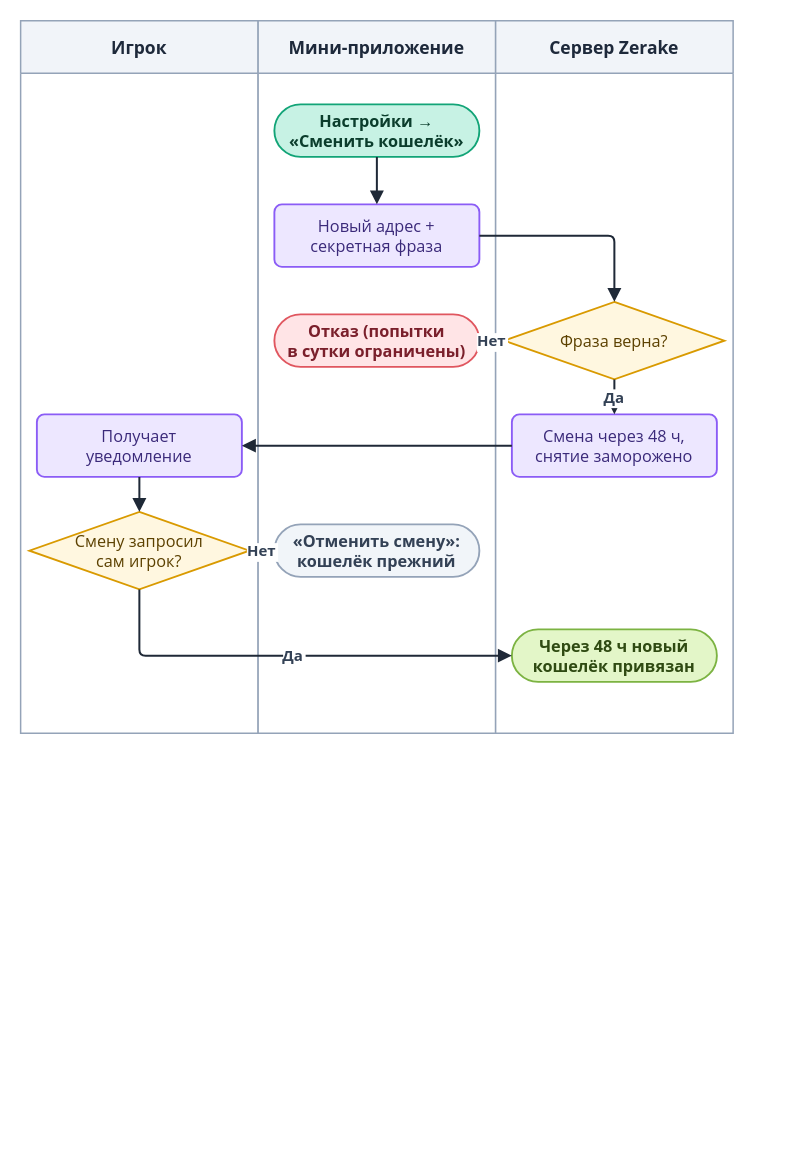
The draw.io diagram diagrams/drawio/recovery.drawio in LILSUFFER/zerake-docs, before the edit. Source tidied: cells renumbered, new cells numbered last; positions are measured from the earlier drawing's top-left corner, leaving out a move shared by most shapes. Both pictures are drawn from the tidied source at 125%, with x=0, y=0 at pixel (20, 20).
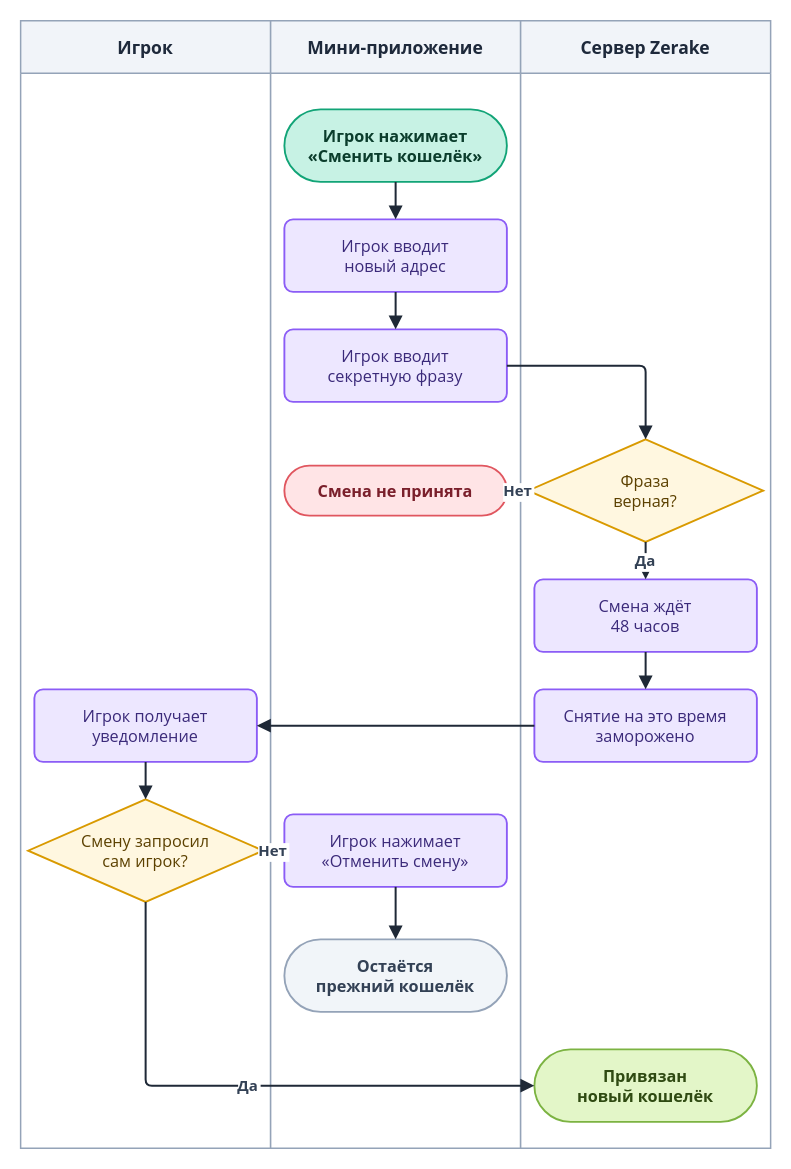
The same page after the edit.

Change to the diagram source:
```diff
@@
     <mxCell id="2" value="Игрок" style="swimlane;horizontal=1;startSize=42;fillColor=#F1F4F9;swimlaneFillColor=#FFFFFF;strokeColor=#94A3B8;fontColor=#1E293B;fontStyle=1;fontSize=14;fontFamily=Segoe UI;strokeWidth=1.2;" parent="1" vertex="1">
-      <mxGeometry width="190" height="570" as="geometry" />
+      <mxGeometry width="200" height="902" as="geometry" />
     </mxCell>
     <mxCell id="3" value="Мини-приложение" style="swimlane;horizontal=1;startSize=42;fillColor=#F1F4F9;swimlaneFillColor=#FFFFFF;strokeColor=#94A3B8;fontColor=#1E293B;fontStyle=1;fontSize=14;fontFamily=Segoe UI;strokeWidth=1.2;" parent="1" vertex="1">
-      <mxGeometry x="190" width="190" height="570" as="geometry" />
+      <mxGeometry x="200" width="200" height="902" as="geometry" />
     </mxCell>
     <mxCell id="4" value="Сервер Zerake" style="swimlane;horizontal=1;startSize=42;fillColor=#F1F4F9;swimlaneFillColor=#FFFFFF;strokeColor=#94A3B8;fontColor=#1E293B;fontStyle=1;fontSize=14;fontFamily=Segoe UI;strokeWidth=1.2;" parent="1" vertex="1">
-      <mxGeometry x="380" width="190" height="570" as="geometry" />
+      <mxGeometry x="400" width="200" height="902" as="geometry" />
     </mxCell>
-    <mxCell id="5" value="Настройки →&#10;«Сменить кошелёк»" style="rounded=1;arcSize=50;html=0;fontStyle=1;fillColor=#C7F2E4;strokeColor=#12A477;fontColor=#0B3D2C;fontFamily=Segoe UI;fontSize=13;strokeWidth=1.5;" parent="1" vertex="1">
-      <mxGeometry x="203" y="67" width="164" height="42" as="geometry" />
+    <mxCell id="5" value="Игрок нажимает&#10;«Сменить кошелёк»" style="rounded=1;arcSize=50;html=0;fontStyle=1;fillColor=#C7F2E4;strokeColor=#12A477;fontColor=#0B3D2C;fontFamily=Segoe UI;fontSize=13;strokeWidth=1.5;" parent="1" vertex="1">
+      <mxGeometry x="211" y="71" width="178" height="58" as="geometry" />
     </mxCell>
-    <mxCell id="6" value="Новый адрес +&#10;секретная фраза" style="rounded=1;arcSize=12;html=0;fillColor=#EDE7FF;strokeColor=#8B5CF6;fontColor=#3B2A7A;fontFamily=Segoe UI;fontSize=13;strokeWidth=1.5;" parent="1" vertex="1">
-      <mxGeometry x="203" y="147" width="164" height="50" as="geometry" />
-    </mxCell>
+    <mxCell id="22" value="Игрок вводит&#10;новый адрес" style="rounded=1;arcSize=12;html=0;fillColor=#EDE7FF;strokeColor=#8B5CF6;fontColor=#3B2A7A;fontFamily=Segoe UI;fontSize=13;strokeWidth=1.5;" parent="1" vertex="1">
+      <mxGeometry x="211" y="159" width="178" height="58" as="geometry" />
+    </mxCell>
+    <mxCell id="23" value="Игрок вводит&#10;секретную фразу" style="rounded=1;arcSize=12;html=0;fillColor=#EDE7FF;strokeColor=#8B5CF6;fontColor=#3B2A7A;fontFamily=Segoe UI;fontSize=13;strokeWidth=1.5;" parent="1" vertex="1">
+      <mxGeometry x="211" y="247" width="178" height="58" as="geometry" />
+    </mxCell>
-    <mxCell id="7" value="Фраза верна?" style="rhombus;html=0;fillColor=#FFF7E0;strokeColor=#D99A00;fontColor=#5C4100;fontFamily=Segoe UI;fontSize=13;strokeWidth=1.5;" parent="1" vertex="1">
-      <mxGeometry x="387" y="225" width="176" height="62" as="geometry" />
+    <mxCell id="7" value="Фраза&#10;верная?" style="rhombus;html=0;fillColor=#FFF7E0;strokeColor=#D99A00;fontColor=#5C4100;fontFamily=Segoe UI;fontSize=13;strokeWidth=1.5;" parent="1" vertex="1">
+      <mxGeometry x="406" y="335" width="188" height="82" as="geometry" />
     </mxCell>
-    <mxCell id="8" value="Отказ (попытки&#10;в сутки ограничены)" style="rounded=1;arcSize=50;html=0;fontStyle=1;fillColor=#FFE4E6;strokeColor=#E0565F;fontColor=#7A1F2B;fontFamily=Segoe UI;fontSize=13;strokeWidth=1.5;" parent="1" vertex="1">
-      <mxGeometry x="203" y="235" width="164" height="42" as="geometry" />
+    <mxCell id="8" value="Смена не принята" style="rounded=1;arcSize=50;html=0;fontStyle=1;fillColor=#FFE4E6;strokeColor=#E0565F;fontColor=#7A1F2B;fontFamily=Segoe UI;fontSize=13;strokeWidth=1.5;" parent="1" vertex="1">
+      <mxGeometry x="211" y="356" width="178" height="40" as="geometry" />
     </mxCell>
-    <mxCell id="9" value="Смена через 48 ч,&#10;снятие заморожено" style="rounded=1;arcSize=12;html=0;fillColor=#EDE7FF;strokeColor=#8B5CF6;fontColor=#3B2A7A;fontFamily=Segoe UI;fontSize=13;strokeWidth=1.5;" parent="1" vertex="1">
-      <mxGeometry x="393" y="315" width="164" height="50" as="geometry" />
+    <mxCell id="9" value="Смена ждёт&#10;48 часов" style="rounded=1;arcSize=12;html=0;fillColor=#EDE7FF;strokeColor=#8B5CF6;fontColor=#3B2A7A;fontFamily=Segoe UI;fontSize=13;strokeWidth=1.5;" parent="1" vertex="1">
+      <mxGeometry x="411" y="447" width="178" height="58" as="geometry" />
     </mxCell>
+    <mxCell id="24" value="Снятие на это время&#10;заморожено" style="rounded=1;arcSize=12;html=0;fillColor=#EDE7FF;strokeColor=#8B5CF6;fontColor=#3B2A7A;fontFamily=Segoe UI;fontSize=13;strokeWidth=1.5;" parent="1" vertex="1">
+      <mxGeometry x="411" y="535" width="178" height="58" as="geometry" />
+    </mxCell>
-    <mxCell id="10" value="Получает&#10;уведомление" style="rounded=1;arcSize=12;html=0;fillColor=#EDE7FF;strokeColor=#8B5CF6;fontColor=#3B2A7A;fontFamily=Segoe UI;fontSize=13;strokeWidth=1.5;" parent="1" vertex="1">
-      <mxGeometry x="13" y="315" width="164" height="50" as="geometry" />
+    <mxCell id="10" value="Игрок получает&#10;уведомление" style="rounded=1;arcSize=12;html=0;fillColor=#EDE7FF;strokeColor=#8B5CF6;fontColor=#3B2A7A;fontFamily=Segoe UI;fontSize=13;strokeWidth=1.5;" parent="1" vertex="1">
+      <mxGeometry x="11" y="535" width="178" height="58" as="geometry" />
     </mxCell>
     <mxCell id="11" value="Смену запросил&#10;сам игрок?" style="rhombus;html=0;fillColor=#FFF7E0;strokeColor=#D99A00;fontColor=#5C4100;fontFamily=Segoe UI;fontSize=13;strokeWidth=1.5;" parent="1" vertex="1">
-      <mxGeometry x="7" y="393" width="176" height="62" as="geometry" />
+      <mxGeometry x="6" y="623" width="188" height="82" as="geometry" />
     </mxCell>
-    <mxCell id="12" value="«Отменить смену»:&#10;кошелёк прежний" style="rounded=1;arcSize=50;html=0;fontStyle=1;fillColor=#F1F5F9;strokeColor=#94A3B8;fontColor=#334155;fontFamily=Segoe UI;fontSize=13;strokeWidth=1.5;" parent="1" vertex="1">
-      <mxGeometry x="203" y="403" width="164" height="42" as="geometry" />
+    <mxCell id="12" value="Игрок нажимает&#10;«Отменить смену»" style="rounded=1;arcSize=12;html=0;fillColor=#EDE7FF;strokeColor=#8B5CF6;fontColor=#3B2A7A;fontFamily=Segoe UI;fontSize=13;strokeWidth=1.5;" parent="1" vertex="1">
+      <mxGeometry x="211" y="635" width="178" height="58" as="geometry" />
     </mxCell>
+    <mxCell id="25" value="Остаётся&#10;прежний кошелёк" style="rounded=1;arcSize=50;html=0;fontStyle=1;fillColor=#F1F5F9;strokeColor=#94A3B8;fontColor=#334155;fontFamily=Segoe UI;fontSize=13;strokeWidth=1.5;" parent="1" vertex="1">
+      <mxGeometry x="211" y="735" width="178" height="58" as="geometry" />
+    </mxCell>
-    <mxCell id="13" value="Через 48 ч новый&#10;кошелёк привязан" style="rounded=1;arcSize=50;html=0;fontStyle=1;fillColor=#E3F6C8;strokeColor=#7CB342;fontColor=#2F4A12;fontFamily=Segoe UI;fontSize=13;strokeWidth=1.5;" parent="1" vertex="1">
-      <mxGeometry x="393" y="487" width="164" height="42" as="geometry" />
+    <mxCell id="13" value="Привязан&#10;новый кошелёк" style="rounded=1;arcSize=50;html=0;fontStyle=1;fillColor=#E3F6C8;strokeColor=#7CB342;fontColor=#2F4A12;fontFamily=Segoe UI;fontSize=13;strokeWidth=1.5;" parent="1" vertex="1">
+      <mxGeometry x="411" y="823" width="178" height="58" as="geometry" />
     </mxCell>
-    <mxCell id="14" style="edgeStyle=orthogonalEdgeStyle;rounded=1;arcSize=10;jettySize=auto;html=0;strokeColor=#1F2937;strokeWidth=1.6;endArrow=block;endFill=1;endSize=7;fontFamily=Segoe UI;fontSize=12;fontStyle=1;fontColor=#334155;labelBackgroundColor=#FFFFFF;" parent="1" edge="1" source="5" target="6">
+    <mxCell id="14" style="edgeStyle=orthogonalEdgeStyle;rounded=1;arcSize=10;jettySize=auto;html=0;strokeColor=#1F2937;strokeWidth=1.6;endArrow=block;endFill=1;endSize=7;fontFamily=Segoe UI;fontSize=12;fontStyle=1;fontColor=#334155;labelBackgroundColor=#FFFFFF;" parent="1" edge="1" source="5" target="22">
       <mxGeometry relative="1" as="geometry" />
     </mxCell>
-    <mxCell id="15" style="edgeStyle=orthogonalEdgeStyle;rounded=1;arcSize=10;jettySize=auto;html=0;strokeColor=#1F2937;strokeWidth=1.6;endArrow=block;endFill=1;endSize=7;fontFamily=Segoe UI;fontSize=12;fontStyle=1;fontColor=#334155;labelBackgroundColor=#FFFFFF;" parent="1" edge="1" source="6" target="7">
+    <mxCell id="15" style="edgeStyle=orthogonalEdgeStyle;rounded=1;arcSize=10;jettySize=auto;html=0;strokeColor=#1F2937;strokeWidth=1.6;endArrow=block;endFill=1;endSize=7;fontFamily=Segoe UI;fontSize=12;fontStyle=1;fontColor=#334155;labelBackgroundColor=#FFFFFF;" parent="1" edge="1" source="22" target="23">
       <mxGeometry relative="1" as="geometry" />
     </mxCell>
-    <mxCell id="16" value="Нет" style="edgeStyle=orthogonalEdgeStyle;rounded=1;arcSize=10;jettySize=auto;html=0;strokeColor=#1F2937;strokeWidth=1.6;endArrow=block;endFill=1;endSize=7;fontFamily=Segoe UI;fontSize=12;fontStyle=1;fontColor=#334155;labelBackgroundColor=#FFFFFF;" parent="1" edge="1" source="7" target="8">
+    <mxCell id="16" style="edgeStyle=orthogonalEdgeStyle;rounded=1;arcSize=10;jettySize=auto;html=0;strokeColor=#1F2937;strokeWidth=1.6;endArrow=block;endFill=1;endSize=7;fontFamily=Segoe UI;fontSize=12;fontStyle=1;fontColor=#334155;labelBackgroundColor=#FFFFFF;" parent="1" edge="1" source="23" target="7">
       <mxGeometry relative="1" as="geometry" />
     </mxCell>
-    <mxCell id="17" value="Да" style="edgeStyle=orthogonalEdgeStyle;rounded=1;arcSize=10;jettySize=auto;html=0;strokeColor=#1F2937;strokeWidth=1.6;endArrow=block;endFill=1;endSize=7;fontFamily=Segoe UI;fontSize=12;fontStyle=1;fontColor=#334155;labelBackgroundColor=#FFFFFF;" parent="1" edge="1" source="7" target="9">
+    <mxCell id="17" value="Нет" style="edgeStyle=orthogonalEdgeStyle;rounded=1;arcSize=10;jettySize=auto;html=0;strokeColor=#1F2937;strokeWidth=1.6;endArrow=block;endFill=1;endSize=7;fontFamily=Segoe UI;fontSize=12;fontStyle=1;fontColor=#334155;labelBackgroundColor=#FFFFFF;" parent="1" edge="1" source="7" target="8">
       <mxGeometry relative="1" as="geometry" />
     </mxCell>
-    <mxCell id="18" style="edgeStyle=orthogonalEdgeStyle;rounded=1;arcSize=10;jettySize=auto;html=0;strokeColor=#1F2937;strokeWidth=1.6;endArrow=block;endFill=1;endSize=7;fontFamily=Segoe UI;fontSize=12;fontStyle=1;fontColor=#334155;labelBackgroundColor=#FFFFFF;" parent="1" edge="1" source="9" target="10">
+    <mxCell id="18" value="Да" style="edgeStyle=orthogonalEdgeStyle;rounded=1;arcSize=10;jettySize=auto;html=0;strokeColor=#1F2937;strokeWidth=1.6;endArrow=block;endFill=1;endSize=7;fontFamily=Segoe UI;fontSize=12;fontStyle=1;fontColor=#334155;labelBackgroundColor=#FFFFFF;" parent="1" edge="1" source="7" target="9">
       <mxGeometry relative="1" as="geometry" />
     </mxCell>
-    <mxCell id="19" style="edgeStyle=orthogonalEdgeStyle;rounded=1;arcSize=10;jettySize=auto;html=0;strokeColor=#1F2937;strokeWidth=1.6;endArrow=block;endFill=1;endSize=7;fontFamily=Segoe UI;fontSize=12;fontStyle=1;fontColor=#334155;labelBackgroundColor=#FFFFFF;" parent="1" edge="1" source="10" target="11">
+    <mxCell id="19" style="edgeStyle=orthogonalEdgeStyle;rounded=1;arcSize=10;jettySize=auto;html=0;strokeColor=#1F2937;strokeWidth=1.6;endArrow=block;endFill=1;endSize=7;fontFamily=Segoe UI;fontSize=12;fontStyle=1;fontColor=#334155;labelBackgroundColor=#FFFFFF;" parent="1" edge="1" source="9" target="24">
       <mxGeometry relative="1" as="geometry" />
     </mxCell>
-    <mxCell id="20" value="Нет" style="edgeStyle=orthogonalEdgeStyle;rounded=1;arcSize=10;jettySize=auto;html=0;strokeColor=#1F2937;strokeWidth=1.6;endArrow=block;endFill=1;endSize=7;fontFamily=Segoe UI;fontSize=12;fontStyle=1;fontColor=#334155;labelBackgroundColor=#FFFFFF;" parent="1" edge="1" source="11" target="12">
+    <mxCell id="20" style="edgeStyle=orthogonalEdgeStyle;rounded=1;arcSize=10;jettySize=auto;html=0;strokeColor=#1F2937;strokeWidth=1.6;endArrow=block;endFill=1;endSize=7;fontFamily=Segoe UI;fontSize=12;fontStyle=1;fontColor=#334155;labelBackgroundColor=#FFFFFF;" parent="1" edge="1" source="24" target="10">
       <mxGeometry relative="1" as="geometry" />
     </mxCell>
-    <mxCell id="21" value="Да" style="edgeStyle=orthogonalEdgeStyle;rounded=1;arcSize=10;jettySize=auto;html=0;strokeColor=#1F2937;strokeWidth=1.6;endArrow=block;endFill=1;endSize=7;fontFamily=Segoe UI;fontSize=12;fontStyle=1;fontColor=#334155;labelBackgroundColor=#FFFFFF;exitX=0.5;exitY=1;entryX=0;entryY=0.5;" parent="1" edge="1" source="11" target="13">
+    <mxCell id="21" style="edgeStyle=orthogonalEdgeStyle;rounded=1;arcSize=10;jettySize=auto;html=0;strokeColor=#1F2937;strokeWidth=1.6;endArrow=block;endFill=1;endSize=7;fontFamily=Segoe UI;fontSize=12;fontStyle=1;fontColor=#334155;labelBackgroundColor=#FFFFFF;" parent="1" edge="1" source="10" target="11">
       <mxGeometry relative="1" as="geometry" />
     </mxCell>
+    <mxCell id="26" value="Нет" style="edgeStyle=orthogonalEdgeStyle;rounded=1;arcSize=10;jettySize=auto;html=0;strokeColor=#1F2937;strokeWidth=1.6;endArrow=block;endFill=1;endSize=7;fontFamily=Segoe UI;fontSize=12;fontStyle=1;fontColor=#334155;labelBackgroundColor=#FFFFFF;" parent="1" edge="1" source="11" target="12">
+      <mxGeometry relative="1" as="geometry" />
+    </mxCell>
+    <mxCell id="27" style="edgeStyle=orthogonalEdgeStyle;rounded=1;arcSize=10;jettySize=auto;html=0;strokeColor=#1F2937;strokeWidth=1.6;endArrow=block;endFill=1;endSize=7;fontFamily=Segoe UI;fontSize=12;fontStyle=1;fontColor=#334155;labelBackgroundColor=#FFFFFF;" parent="1" edge="1" source="12" target="25">
+      <mxGeometry relative="1" as="geometry" />
+    </mxCell>
+    <mxCell id="28" value="Да" style="edgeStyle=orthogonalEdgeStyle;rounded=1;arcSize=10;jettySize=auto;html=0;strokeColor=#1F2937;strokeWidth=1.6;endArrow=block;endFill=1;endSize=7;fontFamily=Segoe UI;fontSize=12;fontStyle=1;fontColor=#334155;labelBackgroundColor=#FFFFFF;exitX=0.5;exitY=1;entryX=0;entryY=0.5;" parent="1" edge="1" source="11" target="13">
+      <mxGeometry relative="1" as="geometry" />
+    </mxCell>
```
